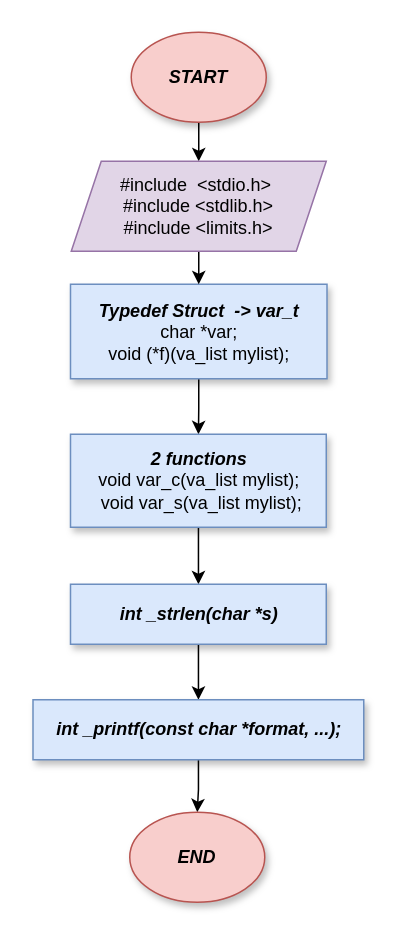
The draw.io diagram page "main.h" (4 of 4) of Diagramme sans nom.drawio in Amandine4731/holbertonschool-printf, before the edit. Source tidied: cells renumbered, new cells numbered last; positions are measured from the earlier drawing's top-left corner, leaving out a move shared by most shapes. Both pictures are drawn from the tidied source at 150%, with x=0, y=0 at pixel (32, 32).
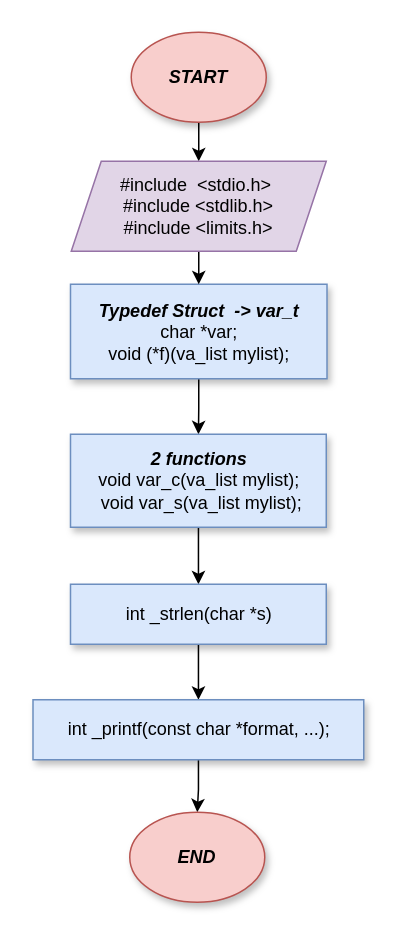
The same page after the edit.

The edit, as a diff of the source:
```diff
@@
 <mxGraphModel>
   <root>
     <mxCell id="0" />
     <mxCell id="1" parent="0" />
     <mxCell id="2" style="edgeStyle=orthogonalEdgeStyle;rounded=0;jettySize=auto;html=1;" parent="1" edge="1" source="3" target="7">
       <mxGeometry relative="1" as="geometry" />
     </mxCell>
     <mxCell id="3" value="&lt;b&gt;&lt;i&gt;Typedef Struct&amp;nbsp; -&amp;gt; var_t&lt;/i&gt;&lt;/b&gt;&lt;br&gt;char *var;&lt;br&gt;void (*f)(va_list mylist);" style="rounded=0;whiteSpace=wrap;html=1;shadow=1;strokeWidth=1;fillColor=#dae8fc;strokeColor=#6c8ebf;" parent="1" vertex="1">
       <mxGeometry x="25.5" y="168" width="171" height="63" as="geometry" />
     </mxCell>
     <mxCell id="4" style="edgeStyle=orthogonalEdgeStyle;rounded=0;jettySize=auto;html=1;" parent="1" edge="1" source="5" target="14">
       <mxGeometry relative="1" as="geometry" />
     </mxCell>
     <mxCell id="5" value="&lt;b&gt;&lt;i&gt;START&lt;/i&gt;&lt;/b&gt;" style="ellipse;whiteSpace=wrap;html=1;shadow=1;fillColor=#f8cecc;strokeColor=#b85450;" parent="1" vertex="1">
       <mxGeometry x="66" width="90" height="60" as="geometry" />
     </mxCell>
     <mxCell id="6" style="edgeStyle=orthogonalEdgeStyle;rounded=0;jettySize=auto;html=1;" parent="1" edge="1" source="7" target="9">
       <mxGeometry relative="1" as="geometry" />
     </mxCell>
     <mxCell id="7" value="&lt;b&gt;&lt;i&gt;2 functions&lt;br&gt;&lt;/i&gt;&lt;/b&gt;&lt;div&gt;void var_c(va_list mylist);&lt;/div&gt;&lt;div&gt;&amp;nbsp;void var_s(va_list mylist);&lt;/div&gt;" style="rounded=0;whiteSpace=wrap;html=1;shadow=1;fillColor=#dae8fc;strokeColor=#6c8ebf;" parent="1" vertex="1">
       <mxGeometry x="25.5" y="268" width="170.5" height="62" as="geometry" />
     </mxCell>
     <mxCell id="8" style="edgeStyle=orthogonalEdgeStyle;rounded=0;jettySize=auto;html=1;" parent="1" edge="1" source="9" target="11">
       <mxGeometry relative="1" as="geometry" />
     </mxCell>
-    <mxCell id="9" value="&lt;b&gt;&lt;i&gt;int _strlen(char *s)&lt;/i&gt;&lt;/b&gt;" style="rounded=0;whiteSpace=wrap;html=1;shadow=1;fillColor=#dae8fc;strokeColor=#6c8ebf;" parent="1" vertex="1">
+    <mxCell id="9" value="int _strlen(char *s)" style="rounded=0;whiteSpace=wrap;html=1;shadow=1;fillColor=#dae8fc;strokeColor=#6c8ebf;" parent="1" vertex="1">
       <mxGeometry x="25.5" y="368" width="170.5" height="40" as="geometry" />
     </mxCell>
     <mxCell id="10" style="edgeStyle=orthogonalEdgeStyle;rounded=0;jettySize=auto;html=1;" parent="1" edge="1" source="11" target="12">
       <mxGeometry relative="1" as="geometry" />
     </mxCell>
-    <mxCell id="11" value="&lt;b&gt;&lt;i&gt;int _printf(const char *format, ...);&lt;/i&gt;&lt;/b&gt;" style="rounded=0;whiteSpace=wrap;html=1;shadow=1;fillColor=#dae8fc;strokeColor=#6c8ebf;" parent="1" vertex="1">
+    <mxCell id="11" value="int _printf(const char *format, ...);" style="rounded=0;whiteSpace=wrap;html=1;shadow=1;fillColor=#dae8fc;strokeColor=#6c8ebf;" parent="1" vertex="1">
       <mxGeometry x="0.5" y="445" width="220.5" height="40" as="geometry" />
     </mxCell>
     <mxCell id="12" value="&lt;b&gt;&lt;i&gt;END&lt;/i&gt;&lt;/b&gt;" style="ellipse;whiteSpace=wrap;html=1;shadow=1;fillColor=#f8cecc;strokeColor=#b85450;" parent="1" vertex="1">
       <mxGeometry x="65" y="520" width="90" height="60" as="geometry" />
     </mxCell>
     <mxCell id="13" style="edgeStyle=orthogonalEdgeStyle;rounded=0;jettySize=auto;html=1;" parent="1" edge="1" source="14" target="3">
       <mxGeometry relative="1" as="geometry" />
     </mxCell>
     <mxCell id="14" value="&lt;span style=&quot;color: rgb(0, 0, 0); font-family: Helvetica; font-size: 12px; font-style: normal; font-variant-ligatures: normal; font-variant-caps: normal; font-weight: 400; letter-spacing: normal; orphans: 2; text-align: center; text-indent: 0px; text-transform: none; widows: 2; word-spacing: 0px; -webkit-text-stroke-width: 0px; text-decoration-thickness: initial; text-decoration-style: initial; text-decoration-color: initial; float: none; display: inline !important;&quot;&gt;#include&amp;nbsp;&amp;nbsp;&amp;lt;stdio.h&amp;gt;&amp;nbsp;&lt;/span&gt;&lt;br style=&quot;color: rgb(0, 0, 0); font-family: Helvetica; font-size: 12px; font-style: normal; font-variant-ligatures: normal; font-variant-caps: normal; font-weight: 400; letter-spacing: normal; orphans: 2; text-align: center; text-indent: 0px; text-transform: none; widows: 2; word-spacing: 0px; -webkit-text-stroke-width: 0px; text-decoration-thickness: initial; text-decoration-style: initial; text-decoration-color: initial;&quot;&gt;&lt;span style=&quot;color: rgb(0, 0, 0); font-family: Helvetica; font-size: 12px; font-style: normal; font-variant-ligatures: normal; font-variant-caps: normal; font-weight: 400; letter-spacing: normal; orphans: 2; text-align: center; text-indent: 0px; text-transform: none; widows: 2; word-spacing: 0px; -webkit-text-stroke-width: 0px; text-decoration-thickness: initial; text-decoration-style: initial; text-decoration-color: initial; float: none; display: inline !important;&quot;&gt;#include &amp;lt;stdlib.h&amp;gt;&lt;/span&gt;&lt;br style=&quot;color: rgb(0, 0, 0); font-family: Helvetica; font-size: 12px; font-style: normal; font-variant-ligatures: normal; font-variant-caps: normal; font-weight: 400; letter-spacing: normal; orphans: 2; text-align: center; text-indent: 0px; text-transform: none; widows: 2; word-spacing: 0px; -webkit-text-stroke-width: 0px; text-decoration-thickness: initial; text-decoration-style: initial; text-decoration-color: initial;&quot;&gt;&lt;span style=&quot;color: rgb(0, 0, 0); font-family: Helvetica; font-size: 12px; font-style: normal; font-variant-ligatures: normal; font-variant-caps: normal; font-weight: 400; letter-spacing: normal; orphans: 2; text-align: center; text-indent: 0px; text-transform: none; widows: 2; word-spacing: 0px; -webkit-text-stroke-width: 0px; text-decoration-thickness: initial; text-decoration-style: initial; text-decoration-color: initial; float: none; display: inline !important;&quot;&gt;#include &amp;lt;limits.h&amp;gt;&lt;/span&gt;" style="shape=parallelogram;perimeter=parallelogramPerimeter;whiteSpace=wrap;html=1;fixedSize=1;fillColor=#e1d5e7;strokeColor=#9673a6;" parent="1" vertex="1">
       <mxGeometry x="26" y="86" width="170" height="60" as="geometry" />
     </mxCell>
   </root>
 </mxGraphModel>
```
